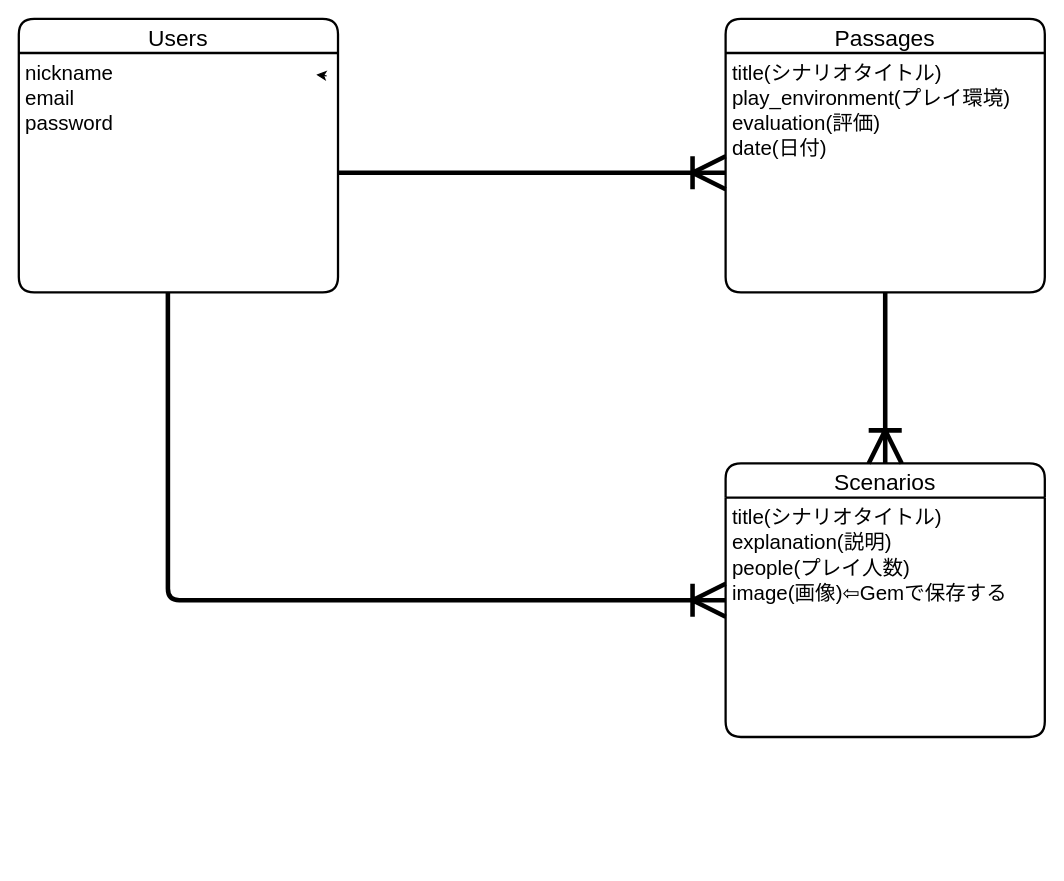
Above: madamisu.dio in randy1105/madamisu_card (draw.io), before the change. Source tidied: cells renumbered, new cells numbered last; positions are measured from the earlier drawing's top-left corner, leaving out a move shared by most shapes. Both pictures are drawn from the tidied source at 114%, with x=0, y=0 at pixel (18, 18).
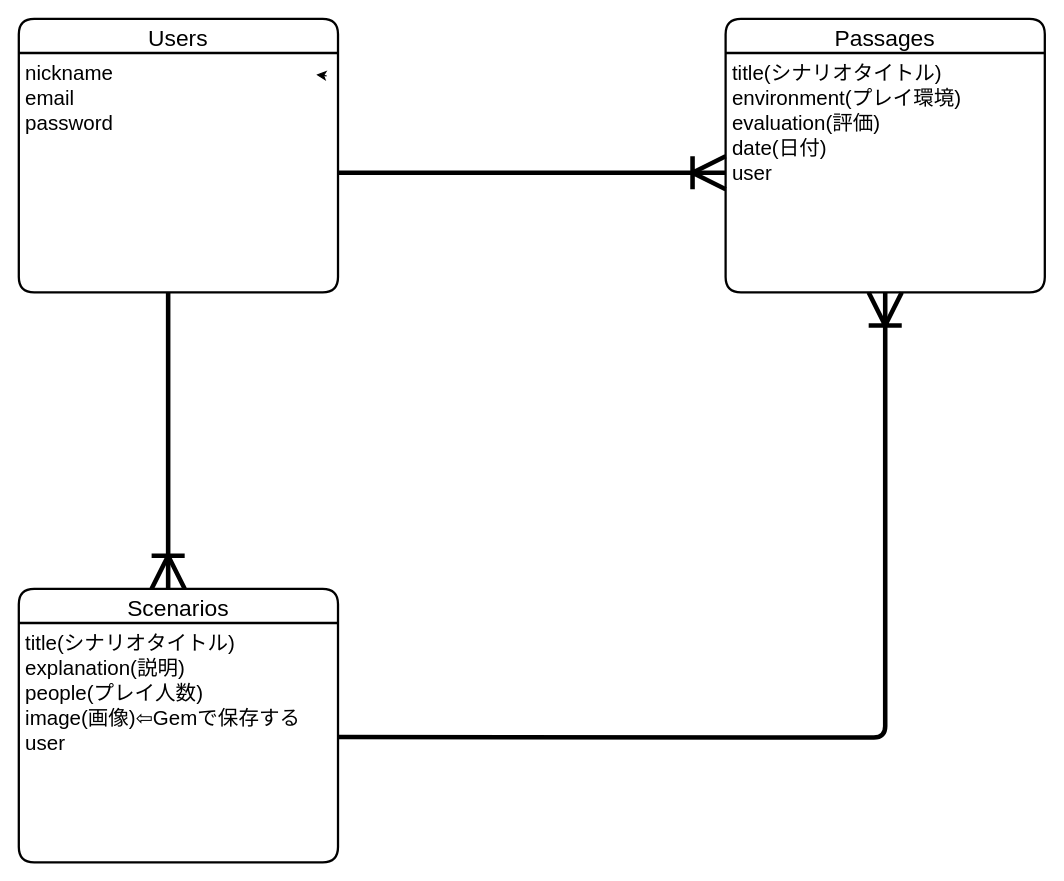
After the change.

Diff of the diagram source:
```diff
@@
 <mxGraphModel>
   <root>
     <mxCell id="0" />
     <mxCell id="1" parent="0" />
     <mxCell id="2" style="edgeStyle=none;html=1;exitX=1;exitY=0;exitDx=0;exitDy=0;entryX=0.936;entryY=-0.017;entryDx=0;entryDy=0;entryPerimeter=0;" parent="1" edge="1">
       <mxGeometry relative="1" as="geometry">
         <mxPoint x="270" y="50" as="sourcePoint" />
         <mxPoint x="261" y="49" as="targetPoint" />
       </mxGeometry>
     </mxCell>
     <mxCell id="3" value="Passages" style="swimlane;horizontal=1;startSize=30;rounded=1;fontSize=20;fontStyle=0;strokeWidth=2;shadow=0;dashed=0;align=center;" parent="1" vertex="1">
       <mxGeometry x="620" width="280" height="240" as="geometry" />
     </mxCell>
-    <mxCell id="4" value="title(シナリオタイトル)&#10;play_environment(プレイ環境)&#10;evaluation(評価)&#10;date(日付)&#10;" style="align=left;strokeColor=none;fillColor=none;spacingLeft=4;fontSize=18;verticalAlign=top;" parent="3" vertex="1">
+    <mxCell id="4" value="title(シナリオタイトル)&#10;environment(プレイ環境)&#10;evaluation(評価)&#10;date(日付)&#10;user" style="align=left;strokeColor=none;fillColor=none;spacingLeft=4;fontSize=18;verticalAlign=top;" parent="3" vertex="1">
       <mxGeometry y="30" width="280" height="210" as="geometry" />
     </mxCell>
     <mxCell id="5" value="Users" style="swimlane;horizontal=1;startSize=30;rounded=1;fontSize=20;fontStyle=0;strokeWidth=2;shadow=0;dashed=0;align=center;" parent="1" vertex="1">
       <mxGeometry width="280" height="240" as="geometry" />
     </mxCell>
     <mxCell id="6" value="nickname&#10;email&#10;password&#10;" style="align=left;strokeColor=none;fillColor=none;spacingLeft=4;fontSize=18;verticalAlign=top;" parent="5" vertex="1">
       <mxGeometry y="30" width="280" height="210" as="geometry" />
     </mxCell>
     <mxCell id="7" style="edgeStyle=entityRelationEdgeStyle;fontSize=12;html=1;endArrow=ERoneToMany;entryX=0;entryY=0.5;entryDx=0;entryDy=0;exitX=1;exitY=0.5;exitDx=0;exitDy=0;strokeWidth=4;endSize=24;endFill=0;" parent="1" edge="1" source="6" target="4">
       <mxGeometry relative="1" as="geometry" />
     </mxCell>
     <mxCell id="8" value="Scenarios" style="swimlane;horizontal=1;startSize=30;rounded=1;fontSize=20;fontStyle=0;strokeWidth=2;shadow=0;dashed=0;align=center;" parent="1" vertex="1">
-      <mxGeometry x="620" y="390" width="280" height="240" as="geometry" />
+      <mxGeometry y="500" width="280" height="240" as="geometry" />
     </mxCell>
-    <mxCell id="9" value="title(シナリオタイトル)&#10;explanation(説明)&#10;people(プレイ人数)&#10;image(画像)⇦Gemで保存する&#10;&#10;" style="align=left;strokeColor=none;fillColor=none;spacingLeft=4;fontSize=18;verticalAlign=top;" parent="8" vertex="1">
+    <mxCell id="9" value="title(シナリオタイトル)&#10;explanation(説明)&#10;people(プレイ人数)&#10;image(画像)⇦Gemで保存する&#10;user&#10;" style="align=left;strokeColor=none;fillColor=none;spacingLeft=4;fontSize=18;verticalAlign=top;" parent="8" vertex="1">
       <mxGeometry y="30" width="280" height="210" as="geometry" />
     </mxCell>
-    <mxCell id="10" style="fontSize=12;html=1;endArrow=ERoneToMany;exitX=0.5;exitY=1;exitDx=0;exitDy=0;strokeWidth=4;endSize=24;endFill=0;entryX=0.5;entryY=0;entryDx=0;entryDy=0;" parent="1" edge="1" source="4" target="8">
-      <mxGeometry relative="1" as="geometry" />
-    </mxCell>
-    <mxCell id="11" style="edgeStyle=orthogonalEdgeStyle;fontSize=12;html=1;endArrow=ERoneToMany;entryX=0;entryY=0.5;entryDx=0;entryDy=0;strokeWidth=4;endSize=24;endFill=0;exitX=0.467;exitY=1;exitDx=0;exitDy=0;exitPerimeter=0;" parent="1" edge="1" source="6" target="8">
+    <mxCell id="11" style="edgeStyle=orthogonalEdgeStyle;fontSize=12;html=1;endArrow=ERoneToMany;strokeWidth=4;endSize=24;endFill=0;exitX=0.467;exitY=1;exitDx=0;exitDy=0;exitPerimeter=0;" parent="1" edge="1" source="6">
       <mxGeometry relative="1" as="geometry">
+        <mxPoint x="131" y="500" as="targetPoint" />
         <Array as="points">
-          <mxPoint x="131" y="510" />
+          <mxPoint x="131" y="500" />
         </Array>
       </mxGeometry>
     </mxCell>
+    <mxCell id="12" style="edgeStyle=orthogonalEdgeStyle;fontSize=12;html=1;endArrow=ERoneToMany;exitX=1;exitY=0.5;exitDx=0;exitDy=0;strokeWidth=4;endSize=24;endFill=0;entryX=0.5;entryY=1;entryDx=0;entryDy=0;" parent="1" edge="1" target="4">
+      <mxGeometry relative="1" as="geometry">
+        <mxPoint x="280" y="630" as="sourcePoint" />
+      </mxGeometry>
+    </mxCell>
   </root>
 </mxGraphModel>
```
